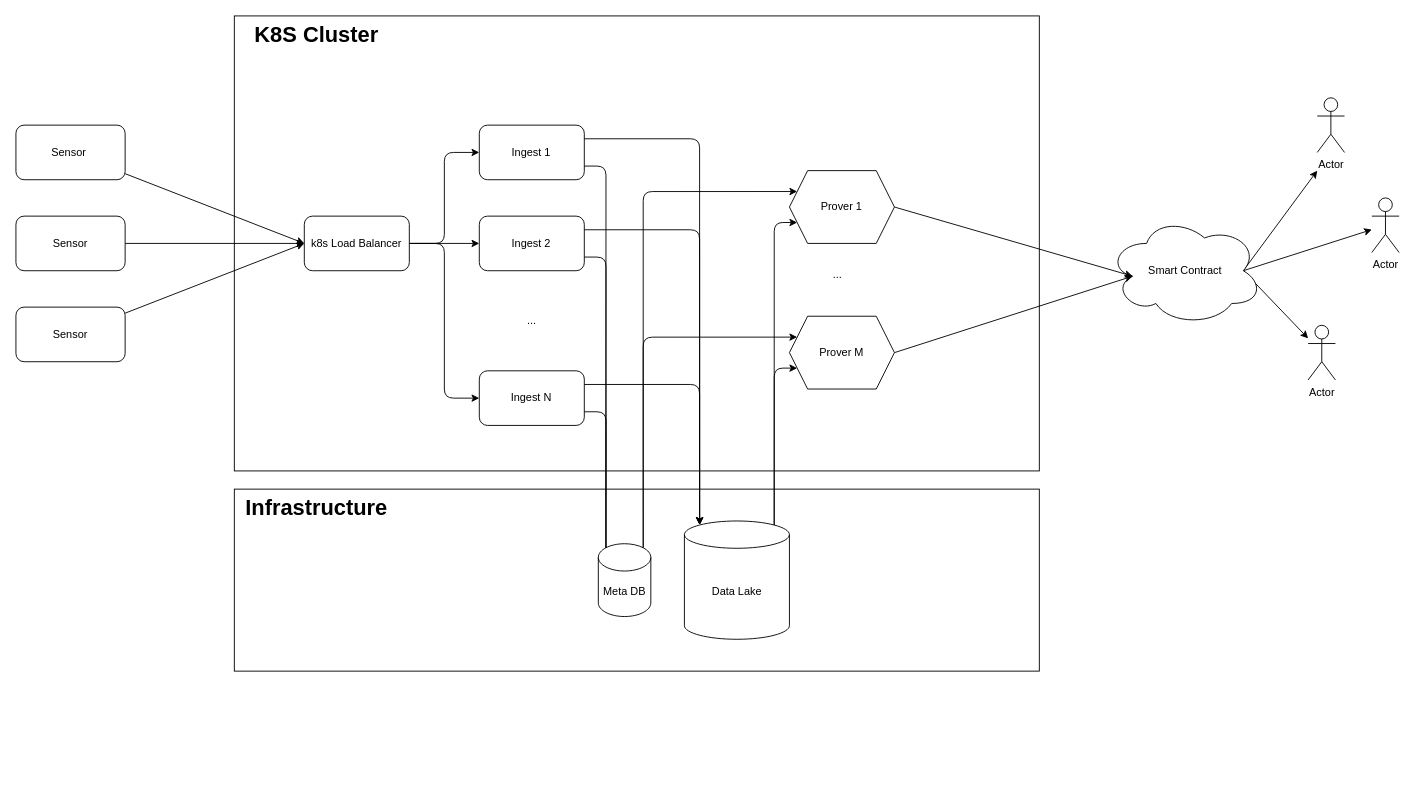
The draw.io diagram diagrams/system_architecture.drawio in alvaro-alonso/blockchain-preprocessor, before the edit. Source tidied: cells renumbered, new cells numbered last; positions are measured from the earlier drawing's top-left corner, leaving out a move shared by most shapes. Both pictures are drawn from the tidied source at 91%, with x=0, y=0 at pixel (15, 15).
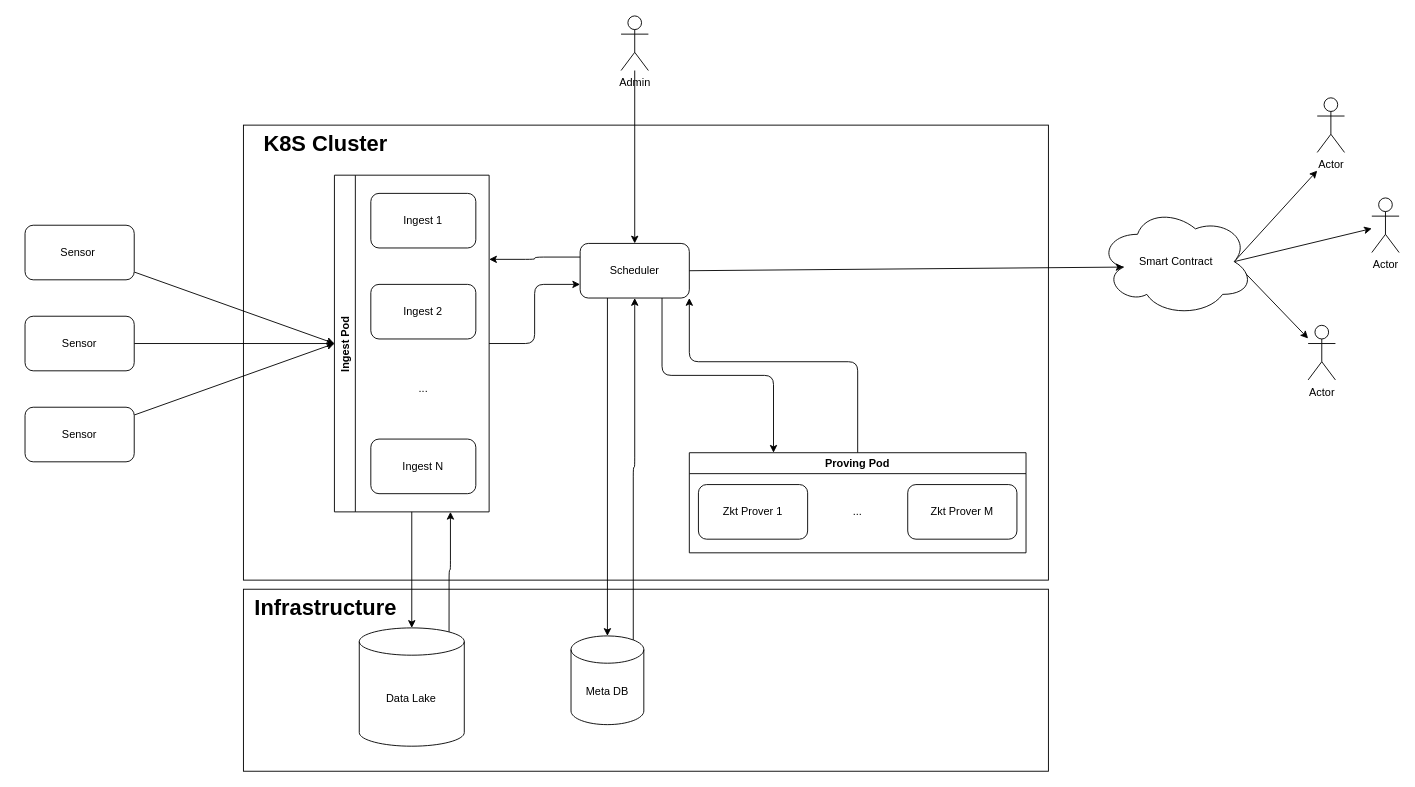
After the change.

Commit message:
#1 refine architecture graphs

Unchanged cells that the change refers to:
```xml
<mxCell id="24" value="Ingest 1" style="rounded=1;whiteSpace=wrap;html=1;" parent="23" vertex="1">
  <mxGeometry width="115.4" height="60" as="geometry" />
</mxCell>
<mxCell id="25" value="Ingest 2" style="rounded=1;whiteSpace=wrap;html=1;" parent="23" vertex="1">
  <mxGeometry y="100" width="115.4" height="60" as="geometry" />
</mxCell>
<mxCell id="26" value="Ingest N" style="rounded=1;whiteSpace=wrap;html=1;" parent="23" vertex="1">
  <mxGeometry y="270" width="115.4" height="60" as="geometry" />
</mxCell>
```

Diff of the diagram source:
```diff
@@
+    <mxCell id="46" style="group;" parent="1" vertex="1">
+      <mxGeometry x="250" y="630" width="884.6" height="200" as="geometry" />
+    </mxCell>
+    <mxCell id="44" style="rounded=0;whiteSpace=wrap;html=1;fillColor=none;align=left;" parent="46" vertex="1">
+      <mxGeometry width="884.6" height="200" as="geometry" />
+    </mxCell>
+    <mxCell id="45" value="Infrastructure" style="text;strokeColor=none;fillColor=none;html=1;fontSize=24;fontStyle=1;verticalAlign=middle;align=center;fontFamily=Helvetica;fontColor=default;" parent="46" vertex="1">
+      <mxGeometry width="180" height="42.5" as="geometry" />
+    </mxCell>
+    <mxCell id="33" value="Data Lake" style="shape=cylinder3;whiteSpace=wrap;html=1;boundedLbl=1;backgroundOutline=1;size=15;fontFamily=Helvetica;fontSize=12;fontColor=default;strokeColor=default;fillColor=default;" parent="46" vertex="1">
+      <mxGeometry x="127.3" y="42.5" width="115.4" height="130" as="geometry" />
+    </mxCell>
+    <mxCell id="30" value="Meta DB" style="shape=cylinder3;whiteSpace=wrap;html=1;boundedLbl=1;backgroundOutline=1;size=15;fontFamily=Helvetica;fontSize=12;fontColor=default;strokeColor=default;fillColor=default;" parent="46" vertex="1">
+      <mxGeometry x="360" y="51.3" width="80" height="97.5" as="geometry" />
+    </mxCell>
+    <mxCell id="47" style="group;" parent="1" vertex="1">
+      <mxGeometry x="250" y="120" width="884.6" height="500" as="geometry" />
+    </mxCell>
+    <mxCell id="17" style="rounded=0;whiteSpace=wrap;html=1;fillColor=none;align=left;" parent="47" vertex="1">
+      <mxGeometry width="884.6" height="500" as="geometry" />
+    </mxCell>
+    <mxCell id="18" value="K8S Cluster" style="text;strokeColor=none;fillColor=none;html=1;fontSize=24;fontStyle=1;verticalAlign=middle;align=center;fontFamily=Helvetica;fontColor=default;" parent="47" vertex="1">
+      <mxGeometry width="180" height="42.5" as="geometry" />
+    </mxCell>
+    <mxCell id="48" value="Scheduler" style="rounded=1;whiteSpace=wrap;html=1;" parent="47" vertex="1">
+      <mxGeometry x="370" y="130" width="120" height="60" as="geometry" />
+    </mxCell>
-    <mxCell id="2" style="html=1;entryX=0;entryY=0.5;entryDx=0;entryDy=0;fontFamily=Helvetica;fontSize=12;fontColor=default;endArrow=classic;endFill=1;" parent="1" edge="1" source="3" target="22">
+    <mxCell id="2" style="html=1;fontFamily=Helvetica;fontSize=12;fontColor=default;endArrow=classic;endFill=1;entryX=0;entryY=0.5;entryDx=0;entryDy=0;" parent="1" edge="1" source="3" target="51">
       <mxGeometry relative="1" as="geometry" />
     </mxCell>
     <mxCell id="3" value="Sensor&amp;nbsp;" style="rounded=1;whiteSpace=wrap;html=1;" parent="1" vertex="1">
-      <mxGeometry y="120" width="120" height="60" as="geometry" />
+      <mxGeometry x="10" y="230" width="120" height="60" as="geometry" />
     </mxCell>
-    <mxCell id="4" style="edgeStyle=none;html=1;fontFamily=Helvetica;fontSize=12;fontColor=default;endArrow=classic;endFill=1;entryX=0;entryY=0.5;entryDx=0;entryDy=0;" parent="1" edge="1" source="5" target="22">
+    <mxCell id="4" style="edgeStyle=none;html=1;fontFamily=Helvetica;fontSize=12;fontColor=default;endArrow=classic;endFill=1;entryX=0;entryY=0.5;entryDx=0;entryDy=0;" parent="1" edge="1" source="5" target="51">
       <mxGeometry relative="1" as="geometry" />
     </mxCell>
     <mxCell id="5" value="Sensor" style="rounded=1;whiteSpace=wrap;html=1;" parent="1" vertex="1">
-      <mxGeometry y="220" width="120" height="60" as="geometry" />
+      <mxGeometry x="10" y="330" width="120" height="60" as="geometry" />
     </mxCell>
-    <mxCell id="6" style="edgeStyle=none;html=1;fontFamily=Helvetica;fontSize=12;fontColor=default;endArrow=classic;endFill=1;entryX=0;entryY=0.5;entryDx=0;entryDy=0;" parent="1" edge="1" source="7" target="22">
+    <mxCell id="6" style="edgeStyle=none;html=1;fontFamily=Helvetica;fontSize=12;fontColor=default;endArrow=classic;endFill=1;entryX=0;entryY=0.5;entryDx=0;entryDy=0;" parent="1" edge="1" source="7" target="51">
       <mxGeometry relative="1" as="geometry" />
     </mxCell>
     <mxCell id="7" value="Sensor" style="rounded=1;whiteSpace=wrap;html=1;" parent="1" vertex="1">
-      <mxGeometry y="320" width="120" height="60" as="geometry" />
+      <mxGeometry x="10" y="430" width="120" height="60" as="geometry" />
     </mxCell>
@@
     <mxCell id="11" value="Smart Contract" style="ellipse;shape=cloud;whiteSpace=wrap;html=1;fontFamily=Helvetica;fontSize=12;fontColor=default;strokeColor=default;fillColor=default;" parent="1" vertex="1">
-      <mxGeometry x="1200" y="220" width="170" height="120" as="geometry" />
+      <mxGeometry x="1190" y="210" width="170" height="120" as="geometry" />
     </mxCell>
-    <mxCell id="12" style="edgeStyle=none;html=1;exitX=1;exitY=0.5;exitDx=0;exitDy=0;entryX=0.16;entryY=0.55;entryDx=0;entryDy=0;entryPerimeter=0;fontFamily=Helvetica;fontSize=12;fontColor=default;endArrow=classic;endFill=1;" parent="1" edge="1" source="35" target="11">
-      <mxGeometry relative="1" as="geometry" />
-    </mxCell>
-    <mxCell id="13" style="edgeStyle=none;html=1;exitX=1;exitY=0.5;exitDx=0;exitDy=0;fontFamily=Helvetica;fontSize=12;fontColor=default;endArrow=classic;endFill=1;entryX=0.16;entryY=0.55;entryDx=0;entryDy=0;entryPerimeter=0;" parent="1" edge="1" source="37" target="11">
+    <mxCell id="13" style="edgeStyle=none;html=1;exitX=1;exitY=0.5;exitDx=0;exitDy=0;fontFamily=Helvetica;fontSize=12;fontColor=default;endArrow=classic;endFill=1;entryX=0.16;entryY=0.55;entryDx=0;entryDy=0;entryPerimeter=0;" parent="1" edge="1" source="48" target="11">
       <mxGeometry relative="1" as="geometry" />
     </mxCell>
@@
-    <mxCell id="17" style="rounded=0;whiteSpace=wrap;html=1;fillColor=none;align=left;" parent="1" vertex="1">
-      <mxGeometry x="240" width="884.6" height="500" as="geometry" />
-    </mxCell>
-    <mxCell id="18" value="K8S Cluster" style="text;strokeColor=none;fillColor=none;html=1;fontSize=24;fontStyle=1;verticalAlign=middle;align=center;fontFamily=Helvetica;fontColor=default;" parent="1" vertex="1">
-      <mxGeometry x="240" width="180" height="42.5" as="geometry" />
-    </mxCell>
-    <mxCell id="19" style="edgeStyle=none;html=1;fontFamily=Helvetica;fontSize=12;fontColor=default;" parent="1" edge="1" source="22" target="25">
-      <mxGeometry relative="1" as="geometry" />
-    </mxCell>
-    <mxCell id="20" style="edgeStyle=orthogonalEdgeStyle;html=1;entryX=0;entryY=0.5;entryDx=0;entryDy=0;fontFamily=Helvetica;fontSize=12;fontColor=default;" parent="1" edge="1" source="22" target="24">
-      <mxGeometry relative="1" as="geometry" />
-    </mxCell>
-    <mxCell id="21" style="edgeStyle=orthogonalEdgeStyle;html=1;entryX=0;entryY=0.5;entryDx=0;entryDy=0;fontFamily=Helvetica;fontSize=12;fontColor=default;" parent="1" edge="1" source="22" target="26">
-      <mxGeometry relative="1" as="geometry" />
-    </mxCell>
-    <mxCell id="22" value="k8s Load Balancer" style="rounded=1;whiteSpace=wrap;html=1;" parent="1" vertex="1">
-      <mxGeometry x="316.9" y="220" width="115.4" height="60" as="geometry" />
-    </mxCell>
+    <mxCell id="49" style="edgeStyle=orthogonalEdgeStyle;html=1;exitX=0.855;exitY=0;exitDx=0;exitDy=4.35;exitPerimeter=0;entryX=0.5;entryY=1;entryDx=0;entryDy=0;strokeColor=default;" parent="1" edge="1" source="30" target="48">
+      <mxGeometry relative="1" as="geometry" />
+    </mxCell>
+    <mxCell id="50" style="group;" parent="1" vertex="1">
+      <mxGeometry x="350" y="175" width="170" height="370" as="geometry" />
+    </mxCell>
-    <mxCell id="23" style="group;" parent="1" vertex="1">
-      <mxGeometry x="509.2" y="120" width="115.4" height="330" as="geometry" />
+    <mxCell id="23" style="group;" parent="50" vertex="1">
+      <mxGeometry x="40" y="20" width="115.4" height="330" as="geometry" />
     </mxCell>
@@
-    <mxCell id="28" style="edgeStyle=orthogonalEdgeStyle;html=1;exitX=0.855;exitY=0;exitDx=0;exitDy=4.35;exitPerimeter=0;entryX=0;entryY=0.25;entryDx=0;entryDy=0;fontFamily=Helvetica;fontSize=12;fontColor=default;endArrow=classic;endFill=1;" parent="1" edge="1" source="30" target="35">
-      <mxGeometry relative="1" as="geometry">
-        <Array as="points">
-          <mxPoint x="689" y="193" />
-        </Array>
-      </mxGeometry>
-    </mxCell>
-    <mxCell id="29" style="edgeStyle=orthogonalEdgeStyle;html=1;exitX=0.855;exitY=0;exitDx=0;exitDy=4.35;exitPerimeter=0;entryX=0;entryY=0.25;entryDx=0;entryDy=0;fontFamily=Helvetica;fontSize=12;fontColor=default;endArrow=classic;endFill=1;" parent="1" edge="1" source="30" target="37">
-      <mxGeometry relative="1" as="geometry">
-        <Array as="points">
-          <mxPoint x="689" y="353" />
-        </Array>
-      </mxGeometry>
-    </mxCell>
-    <mxCell id="30" value="Meta DB" style="shape=cylinder3;whiteSpace=wrap;html=1;boundedLbl=1;backgroundOutline=1;size=15;fontFamily=Helvetica;fontSize=12;fontColor=default;strokeColor=default;fillColor=default;" parent="1" vertex="1">
-      <mxGeometry x="640" y="580" width="57.7" height="80" as="geometry" />
-    </mxCell>
-    <mxCell id="31" style="edgeStyle=orthogonalEdgeStyle;html=1;exitX=0.855;exitY=0;exitDx=0;exitDy=4.35;exitPerimeter=0;entryX=0;entryY=0.75;entryDx=0;entryDy=0;fontFamily=Helvetica;fontSize=12;fontColor=default;endArrow=classic;endFill=1;" parent="1" edge="1" source="33" target="37">
-      <mxGeometry relative="1" as="geometry">
-        <Array as="points">
-          <mxPoint x="833" y="387" />
-        </Array>
-      </mxGeometry>
-    </mxCell>
-    <mxCell id="32" style="edgeStyle=orthogonalEdgeStyle;html=1;exitX=0.855;exitY=0;exitDx=0;exitDy=4.35;exitPerimeter=0;entryX=0;entryY=0.75;entryDx=0;entryDy=0;fontFamily=Helvetica;fontSize=12;fontColor=default;endArrow=classic;endFill=1;" parent="1" edge="1" source="33" target="35">
-      <mxGeometry relative="1" as="geometry">
-        <Array as="points">
-          <mxPoint x="833" y="227" />
-        </Array>
-      </mxGeometry>
-    </mxCell>
-    <mxCell id="33" value="Data Lake" style="shape=cylinder3;whiteSpace=wrap;html=1;boundedLbl=1;backgroundOutline=1;size=15;fontFamily=Helvetica;fontSize=12;fontColor=default;strokeColor=default;fillColor=default;" parent="1" vertex="1">
-      <mxGeometry x="734.6" y="555" width="115.4" height="130" as="geometry" />
-    </mxCell>
-    <mxCell id="34" style="group;" parent="1" vertex="1">
-      <mxGeometry x="850" y="170" width="115.4" height="240" as="geometry" />
-    </mxCell>
-    <mxCell id="35" value="Prover 1" style="shape=hexagon;perimeter=hexagonPerimeter2;whiteSpace=wrap;html=1;fixedSize=1;fontFamily=Helvetica;fontSize=12;fontColor=default;strokeColor=default;fillColor=default;" parent="34" vertex="1">
-      <mxGeometry width="115.4" height="80" as="geometry" />
-    </mxCell>
+    <mxCell id="51" value="Ingest Pod" style="swimlane;horizontal=0;" parent="50" vertex="1">
+      <mxGeometry width="170" height="370" as="geometry" />
+    </mxCell>
+    <mxCell id="52" style="edgeStyle=orthogonalEdgeStyle;html=1;exitX=0.25;exitY=1;exitDx=0;exitDy=0;entryX=0.5;entryY=0;entryDx=0;entryDy=0;entryPerimeter=0;strokeColor=default;" parent="1" edge="1" source="48" target="30">
+      <mxGeometry relative="1" as="geometry" />
+    </mxCell>
+    <mxCell id="53" style="edgeStyle=orthogonalEdgeStyle;html=1;exitX=0.75;exitY=1;exitDx=0;exitDy=0;entryX=0.25;entryY=0;entryDx=0;entryDy=0;strokeColor=default;" parent="1" edge="1" source="48" target="56">
+      <mxGeometry relative="1" as="geometry" />
+    </mxCell>
+    <mxCell id="54" style="edgeStyle=orthogonalEdgeStyle;html=1;exitX=0;exitY=0.25;exitDx=0;exitDy=0;entryX=1;entryY=0.25;entryDx=0;entryDy=0;strokeColor=default;" parent="1" edge="1" source="48" target="51">
+      <mxGeometry relative="1" as="geometry" />
+    </mxCell>
+    <mxCell id="55" style="edgeStyle=orthogonalEdgeStyle;html=1;exitX=0.5;exitY=0;exitDx=0;exitDy=0;entryX=1;entryY=1;entryDx=0;entryDy=0;strokeColor=default;" parent="1" edge="1" source="56" target="48">
+      <mxGeometry relative="1" as="geometry">
+        <Array as="points">
+          <mxPoint x="925" y="380" />
+          <mxPoint x="740" y="380" />
+        </Array>
+      </mxGeometry>
+    </mxCell>
+    <mxCell id="56" value="Proving Pod" style="swimlane;" parent="1" vertex="1">
+      <mxGeometry x="740" y="480" width="370" height="110" as="geometry" />
+    </mxCell>
+    <mxCell id="57" value="Zkt Prover 1" style="rounded=1;whiteSpace=wrap;html=1;" parent="56" vertex="1">
+      <mxGeometry x="10" y="35" width="120" height="60" as="geometry" />
+    </mxCell>
+    <mxCell id="58" value="Zkt Prover M" style="rounded=1;whiteSpace=wrap;html=1;" parent="56" vertex="1">
+      <mxGeometry x="240" y="35" width="120" height="60" as="geometry" />
+    </mxCell>
-    <mxCell id="36" value="..." style="text;html=1;strokeColor=none;fillColor=none;align=center;verticalAlign=middle;whiteSpace=wrap;rounded=0;" parent="34" vertex="1">
-      <mxGeometry x="28.8" y="100" width="48.1" height="30" as="geometry" />
+    <mxCell id="36" value="..." style="text;html=1;strokeColor=none;fillColor=none;align=center;verticalAlign=middle;whiteSpace=wrap;rounded=0;" parent="56" vertex="1">
+      <mxGeometry x="156.2" y="50" width="57.7" height="30" as="geometry" />
     </mxCell>
-    <mxCell id="37" value="Prover M" style="shape=hexagon;perimeter=hexagonPerimeter2;whiteSpace=wrap;html=1;fixedSize=1;fontFamily=Helvetica;fontSize=12;fontColor=default;strokeColor=default;fillColor=default;" parent="34" vertex="1">
-      <mxGeometry y="160" width="115.4" height="80" as="geometry" />
-    </mxCell>
-    <mxCell id="38" style="edgeStyle=orthogonalEdgeStyle;html=1;exitX=1;exitY=0.75;exitDx=0;exitDy=0;entryX=0.145;entryY=0;entryDx=0;entryDy=4.35;entryPerimeter=0;fontFamily=Helvetica;fontSize=12;fontColor=default;endArrow=none;endFill=0;" parent="1" edge="1" source="25" target="30">
-      <mxGeometry relative="1" as="geometry" />
-    </mxCell>
-    <mxCell id="39" style="edgeStyle=orthogonalEdgeStyle;html=1;entryX=0.145;entryY=0;entryDx=0;entryDy=4.35;entryPerimeter=0;fontFamily=Helvetica;fontSize=12;fontColor=default;endArrow=classic;endFill=1;exitX=1;exitY=0.25;exitDx=0;exitDy=0;" parent="1" edge="1" source="24" target="33">
-      <mxGeometry relative="1" as="geometry" />
-    </mxCell>
-    <mxCell id="40" style="edgeStyle=orthogonalEdgeStyle;html=1;entryX=0.145;entryY=0;entryDx=0;entryDy=4.35;entryPerimeter=0;fontFamily=Helvetica;fontSize=12;fontColor=default;endArrow=classic;endFill=1;exitX=1;exitY=0.25;exitDx=0;exitDy=0;" parent="1" edge="1" source="25" target="33">
-      <mxGeometry relative="1" as="geometry" />
-    </mxCell>
-    <mxCell id="41" style="edgeStyle=orthogonalEdgeStyle;html=1;entryX=0.145;entryY=0;entryDx=0;entryDy=4.35;entryPerimeter=0;fontFamily=Helvetica;fontSize=12;fontColor=default;endArrow=classic;endFill=1;exitX=1;exitY=0.25;exitDx=0;exitDy=0;" parent="1" edge="1" source="26" target="33">
-      <mxGeometry relative="1" as="geometry" />
-    </mxCell>
-    <mxCell id="42" style="edgeStyle=orthogonalEdgeStyle;html=1;exitX=1;exitY=0.75;exitDx=0;exitDy=0;entryX=0.145;entryY=0;entryDx=0;entryDy=4.35;entryPerimeter=0;fontFamily=Helvetica;fontSize=12;fontColor=default;endArrow=none;endFill=0;" parent="1" edge="1" source="24" target="30">
-      <mxGeometry relative="1" as="geometry" />
-    </mxCell>
-    <mxCell id="43" style="edgeStyle=orthogonalEdgeStyle;html=1;exitX=1;exitY=0.75;exitDx=0;exitDy=0;entryX=0.145;entryY=0;entryDx=0;entryDy=4.35;entryPerimeter=0;fontFamily=Helvetica;fontSize=12;fontColor=default;endArrow=none;endFill=0;" parent="1" edge="1" source="26" target="30">
-      <mxGeometry relative="1" as="geometry" />
-    </mxCell>
-    <mxCell id="44" style="rounded=0;whiteSpace=wrap;html=1;fillColor=none;align=left;" parent="1" vertex="1">
-      <mxGeometry x="240" y="520" width="884.6" height="200" as="geometry" />
-    </mxCell>
-    <mxCell id="45" value="Infrastructure" style="text;strokeColor=none;fillColor=none;html=1;fontSize=24;fontStyle=1;verticalAlign=middle;align=center;fontFamily=Helvetica;fontColor=default;" parent="1" vertex="1">
-      <mxGeometry x="240" y="520" width="180" height="42.5" as="geometry" />
-    </mxCell>
+    <mxCell id="59" style="edgeStyle=orthogonalEdgeStyle;html=1;exitX=1;exitY=0.5;exitDx=0;exitDy=0;entryX=0;entryY=0.75;entryDx=0;entryDy=0;" parent="1" edge="1" source="51" target="48">
+      <mxGeometry relative="1" as="geometry" />
+    </mxCell>
+    <mxCell id="60" style="edgeStyle=orthogonalEdgeStyle;html=1;exitX=0.5;exitY=1;exitDx=0;exitDy=0;entryX=0.5;entryY=0;entryDx=0;entryDy=0;entryPerimeter=0;strokeColor=default;" parent="1" edge="1" source="51" target="33">
+      <mxGeometry relative="1" as="geometry" />
+    </mxCell>
+    <mxCell id="61" style="edgeStyle=orthogonalEdgeStyle;html=1;exitX=0.855;exitY=0;exitDx=0;exitDy=4.35;exitPerimeter=0;entryX=0.75;entryY=1;entryDx=0;entryDy=0;strokeColor=default;" parent="1" edge="1" source="33" target="51">
+      <mxGeometry relative="1" as="geometry" />
+    </mxCell>
+    <mxCell id="62" style="edgeStyle=orthogonalEdgeStyle;html=1;entryX=0.5;entryY=0;entryDx=0;entryDy=0;strokeColor=default;" parent="1" edge="1" source="63" target="48">
+      <mxGeometry relative="1" as="geometry" />
+    </mxCell>
+    <mxCell id="63" value="Admin" style="shape=umlActor;verticalLabelPosition=bottom;verticalAlign=top;html=1;outlineConnect=0;fontFamily=Helvetica;fontSize=12;fontColor=default;strokeColor=default;fillColor=default;" parent="1" vertex="1">
+      <mxGeometry x="665" width="30" height="60" as="geometry" />
+    </mxCell>
```
